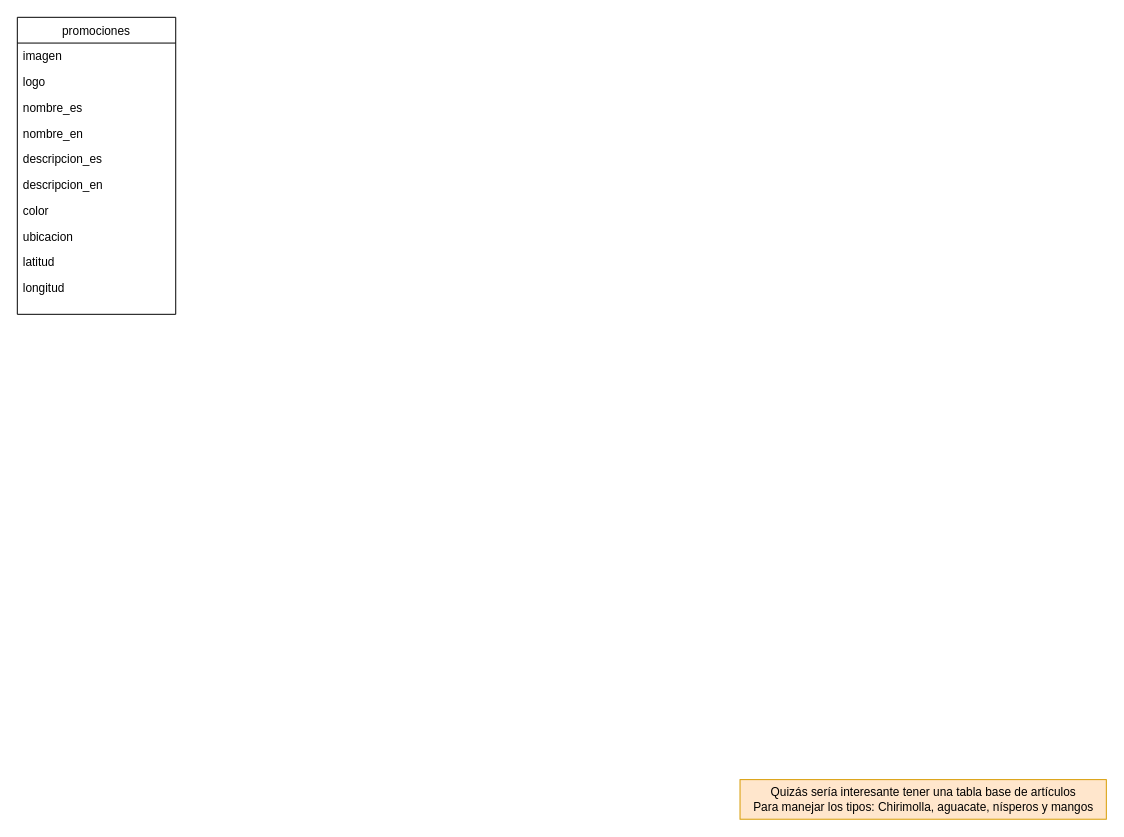
Earlier version of the draw.io diagram Diagrama sin título.drawio (abdell1999/blog). Source tidied: cells renumbered, new cells numbered last; positions are measured from the earlier drawing's top-left corner, leaving out a move shared by most shapes. Both pictures are drawn from the tidied source at 99%, with x=0, y=0 at pixel (17, 17).
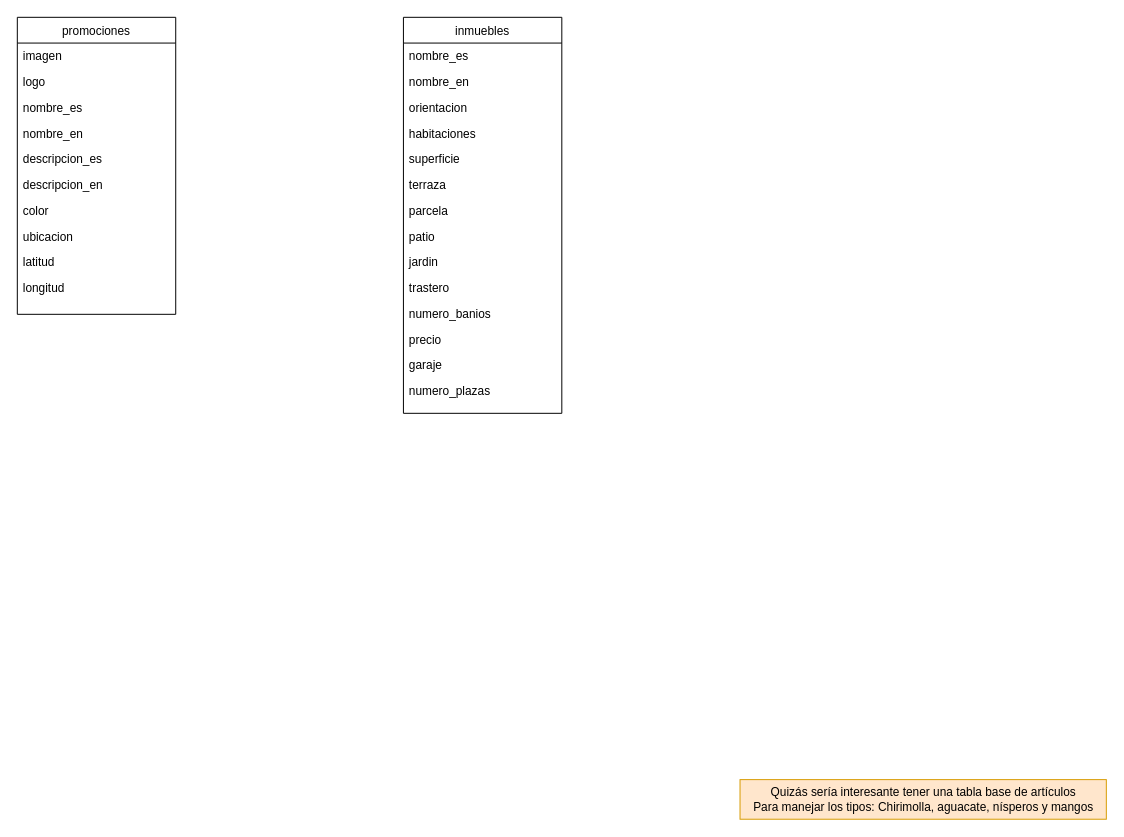
After the change.

Change to the diagram source:
```diff
@@
+    <mxCell id="14" value="inmuebles" style="swimlane;fontStyle=0;align=center;verticalAlign=top;horizontal=1;startSize=26;rounded=0;shadow=0;strokeWidth=1;" parent="1" vertex="1">
+      <mxGeometry x="390" width="160" height="400" as="geometry" />
+    </mxCell>
+    <mxCell id="15" value="nombre_es" style="text;align=left;verticalAlign=top;spacingLeft=4;spacingRight=4;overflow=hidden;rounded=0;shadow=0;html=0;" parent="14" vertex="1">
+      <mxGeometry y="26" width="160" height="26" as="geometry" />
+    </mxCell>
+    <mxCell id="16" value="nombre_en" style="text;align=left;verticalAlign=top;spacingLeft=4;spacingRight=4;overflow=hidden;rounded=0;shadow=0;html=0;" parent="14" vertex="1">
+      <mxGeometry y="52" width="160" height="26" as="geometry" />
+    </mxCell>
+    <mxCell id="17" value="orientacion" style="text;align=left;verticalAlign=top;spacingLeft=4;spacingRight=4;overflow=hidden;rounded=0;shadow=0;html=0;" parent="14" vertex="1">
+      <mxGeometry y="78" width="160" height="26" as="geometry" />
+    </mxCell>
+    <mxCell id="18" value="habitaciones" style="text;align=left;verticalAlign=top;spacingLeft=4;spacingRight=4;overflow=hidden;rounded=0;shadow=0;html=0;" parent="14" vertex="1">
+      <mxGeometry y="104" width="160" height="26" as="geometry" />
+    </mxCell>
+    <mxCell id="19" value="superficie" style="text;align=left;verticalAlign=top;spacingLeft=4;spacingRight=4;overflow=hidden;rounded=0;shadow=0;html=0;" parent="14" vertex="1">
+      <mxGeometry y="130" width="160" height="26" as="geometry" />
+    </mxCell>
+    <mxCell id="20" value="terraza" style="text;align=left;verticalAlign=top;spacingLeft=4;spacingRight=4;overflow=hidden;rounded=0;shadow=0;html=0;" parent="14" vertex="1">
+      <mxGeometry y="156" width="160" height="26" as="geometry" />
+    </mxCell>
+    <mxCell id="21" value="parcela" style="text;align=left;verticalAlign=top;spacingLeft=4;spacingRight=4;overflow=hidden;rounded=0;shadow=0;html=0;" parent="14" vertex="1">
+      <mxGeometry y="182" width="160" height="26" as="geometry" />
+    </mxCell>
+    <mxCell id="22" value="patio" style="text;align=left;verticalAlign=top;spacingLeft=4;spacingRight=4;overflow=hidden;rounded=0;shadow=0;html=0;" parent="14" vertex="1">
+      <mxGeometry y="208" width="160" height="26" as="geometry" />
+    </mxCell>
+    <mxCell id="23" value="jardin" style="text;align=left;verticalAlign=top;spacingLeft=4;spacingRight=4;overflow=hidden;rounded=0;shadow=0;html=0;" parent="14" vertex="1">
+      <mxGeometry y="234" width="160" height="26" as="geometry" />
+    </mxCell>
+    <mxCell id="24" value="trastero" style="text;align=left;verticalAlign=top;spacingLeft=4;spacingRight=4;overflow=hidden;rounded=0;shadow=0;html=0;" parent="14" vertex="1">
+      <mxGeometry y="260" width="160" height="26" as="geometry" />
+    </mxCell>
+    <mxCell id="25" value="numero_banios" style="text;align=left;verticalAlign=top;spacingLeft=4;spacingRight=4;overflow=hidden;rounded=0;shadow=0;html=0;" parent="14" vertex="1">
+      <mxGeometry y="286" width="160" height="26" as="geometry" />
+    </mxCell>
+    <mxCell id="26" value="precio" style="text;align=left;verticalAlign=top;spacingLeft=4;spacingRight=4;overflow=hidden;rounded=0;shadow=0;html=0;" parent="14" vertex="1">
+      <mxGeometry y="312" width="160" height="26" as="geometry" />
+    </mxCell>
+    <mxCell id="27" value="garaje" style="text;align=left;verticalAlign=top;spacingLeft=4;spacingRight=4;overflow=hidden;rounded=0;shadow=0;html=0;" parent="14" vertex="1">
+      <mxGeometry y="338" width="160" height="26" as="geometry" />
+    </mxCell>
+    <mxCell id="28" value="numero_plazas" style="text;align=left;verticalAlign=top;spacingLeft=4;spacingRight=4;overflow=hidden;rounded=0;shadow=0;html=0;" parent="14" vertex="1">
+      <mxGeometry y="364" width="160" height="26" as="geometry" />
+    </mxCell>
```
